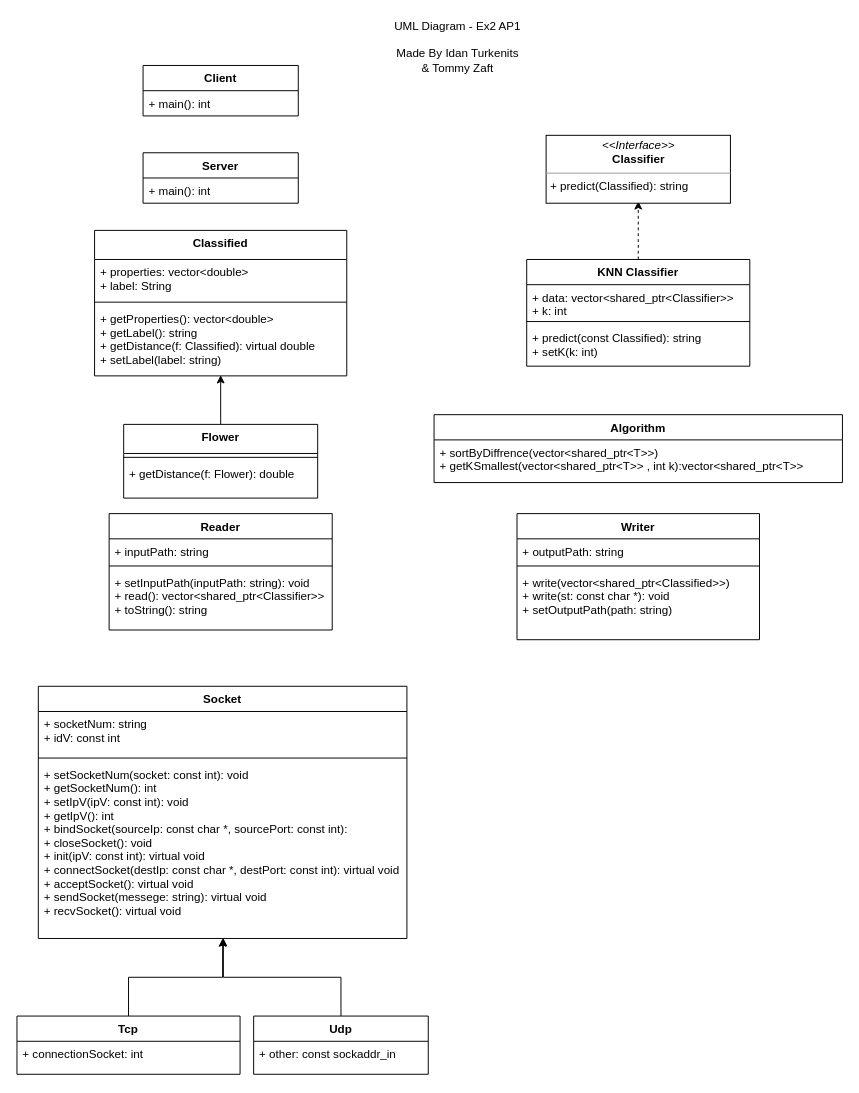
Earlier version of the draw.io diagram uml.drawio (Tom-stack3/AP1-ex3). Source tidied: cells renumbered, new cells numbered last; positions are measured from the earlier drawing's top-left corner, leaving out a move shared by most shapes. Both pictures are drawn from the tidied source at 97%, with x=0, y=0 at pixel (16, 16).
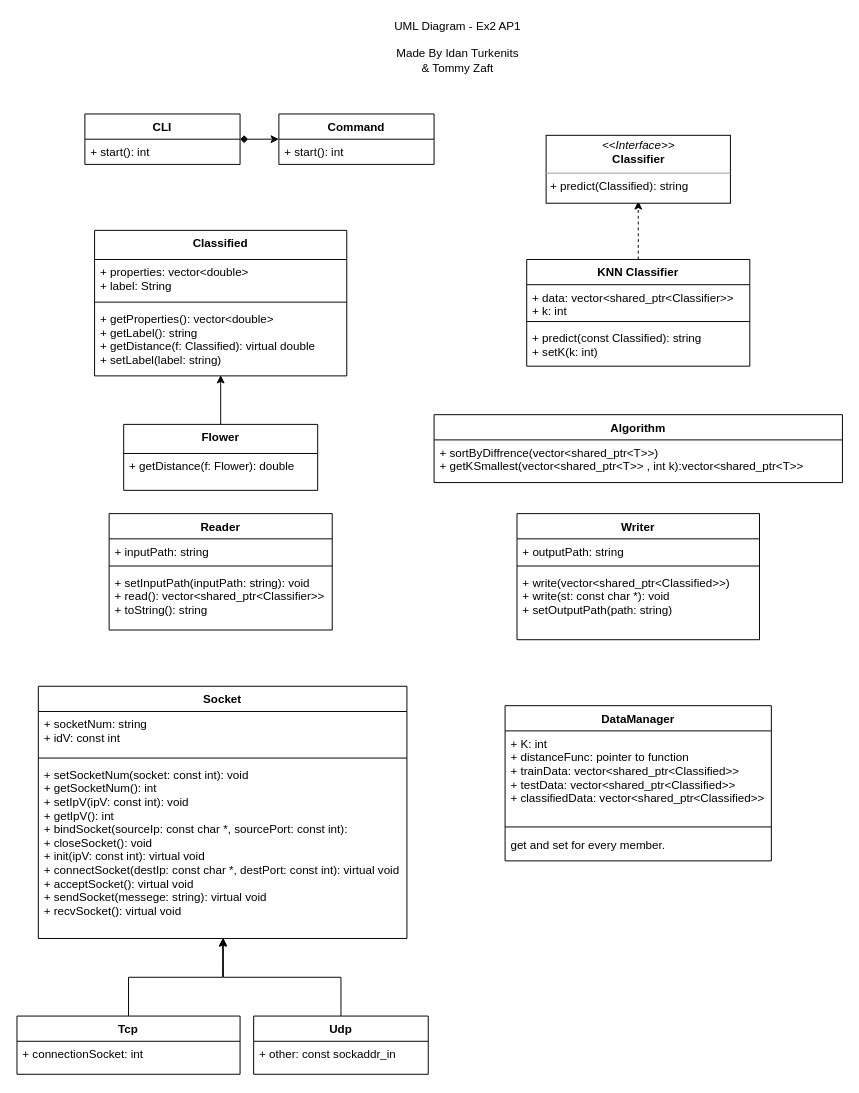
Above is the later version.

What changed in the source:
```diff
@@
     <mxCell id="8" value="Flower" style="swimlane;fontStyle=1;align=center;verticalAlign=top;horizontal=1;startSize=30;" parent="1" vertex="1">
-      <mxGeometry x="110" y="420" width="200" height="76" as="geometry" />
+      <mxGeometry x="110" y="420" width="200" height="68" as="geometry" />
     </mxCell>
-    <mxCell id="9" style="line;strokeWidth=1;fillColor=none;align=left;verticalAlign=middle;spacingTop=-1;spacingLeft=3;spacingRight=3;labelPosition=right;" parent="8" vertex="1">
-      <mxGeometry y="30" width="200" height="8" as="geometry" />
-    </mxCell>
     <mxCell id="10" value="+ getDistance(f: Flower): double&#10;" style="text;strokeColor=none;fillColor=none;align=left;verticalAlign=top;spacingLeft=4;spacingRight=4;overflow=hidden;" parent="8" vertex="1">
-      <mxGeometry y="38" width="200" height="38" as="geometry" />
+      <mxGeometry y="30" width="200" height="38" as="geometry" />
     </mxCell>
@@
-    <mxCell id="16" value="Server" style="swimlane;fontStyle=1;align=center;verticalAlign=top;horizontal=1;startSize=26;" parent="1" vertex="1">
-      <mxGeometry x="130" y="140" width="160" height="52" as="geometry" />
-    </mxCell>
-    <mxCell id="17" value="+ main(): int" style="text;strokeColor=none;fillColor=none;align=left;verticalAlign=top;spacingLeft=4;spacingRight=4;overflow=hidden;" parent="16" vertex="1">
-      <mxGeometry y="26" width="160" height="26" as="geometry" />
-    </mxCell>
@@
+    <mxCell id="42" style="edgeStyle=orthogonalEdgeStyle;rounded=0;jettySize=auto;html=1;entryX=0;entryY=0.5;entryDx=0;entryDy=0;startArrow=diamond;startFill=1;" parent="1" edge="1" source="40" target="43">
+      <mxGeometry relative="1" as="geometry" />
+    </mxCell>
-    <mxCell id="40" value="Client" style="swimlane;fontStyle=1;align=center;verticalAlign=top;horizontal=1;startSize=26;" parent="1" vertex="1">
-      <mxGeometry x="130" y="50" width="160" height="52" as="geometry" />
+    <mxCell id="40" value="CLI" style="swimlane;fontStyle=1;align=center;verticalAlign=top;horizontal=1;startSize=26;" parent="1" vertex="1">
+      <mxGeometry x="70" y="100" width="160" height="52" as="geometry" />
     </mxCell>
-    <mxCell id="41" value="+ main(): int" style="text;strokeColor=none;fillColor=none;align=left;verticalAlign=top;spacingLeft=4;spacingRight=4;overflow=hidden;" parent="40" vertex="1">
+    <mxCell id="41" value="+ start(): int" style="text;strokeColor=none;fillColor=none;align=left;verticalAlign=top;spacingLeft=4;spacingRight=4;overflow=hidden;" parent="40" vertex="1">
       <mxGeometry y="26" width="160" height="26" as="geometry" />
     </mxCell>
+    <mxCell id="43" value="Command" style="swimlane;fontStyle=1;align=center;verticalAlign=top;horizontal=1;startSize=26;" parent="1" vertex="1">
+      <mxGeometry x="270" y="100" width="160" height="52" as="geometry" />
+    </mxCell>
+    <mxCell id="44" value="+ start(): int" style="text;strokeColor=none;fillColor=none;align=left;verticalAlign=top;spacingLeft=4;spacingRight=4;overflow=hidden;" parent="43" vertex="1">
+      <mxGeometry y="26" width="160" height="26" as="geometry" />
+    </mxCell>
+    <mxCell id="45" value="DataManager" style="swimlane;fontStyle=1;align=center;verticalAlign=top;horizontal=1;startSize=26;" parent="1" vertex="1">
+      <mxGeometry x="503.2" y="710" width="274.5" height="160" as="geometry" />
+    </mxCell>
+    <mxCell id="46" value="+ K: int&#10;+ distanceFunc: pointer to function&#10;+ trainData: vector&lt;shared_ptr&lt;Classified&gt;&gt;&#10;+ testData: vector&lt;shared_ptr&lt;Classified&gt;&gt;&#10;+ classifiedData: vector&lt;shared_ptr&lt;Classified&gt;&gt;" style="text;strokeColor=none;fillColor=none;align=left;verticalAlign=top;spacingLeft=4;spacingRight=4;overflow=hidden;" parent="45" vertex="1">
+      <mxGeometry y="26" width="274.5" height="94" as="geometry" />
+    </mxCell>
+    <mxCell id="47" style="line;strokeWidth=1;fillColor=none;align=left;verticalAlign=middle;spacingTop=-1;spacingLeft=3;spacingRight=3;labelPosition=right;" parent="45" vertex="1">
+      <mxGeometry y="120" width="274.5" height="10" as="geometry" />
+    </mxCell>
+    <mxCell id="48" value="get and set for every member." style="text;strokeColor=none;fillColor=none;align=left;verticalAlign=top;spacingLeft=4;spacingRight=4;overflow=hidden;" parent="45" vertex="1">
+      <mxGeometry y="130" width="274.5" height="30" as="geometry" />
+    </mxCell>
```
